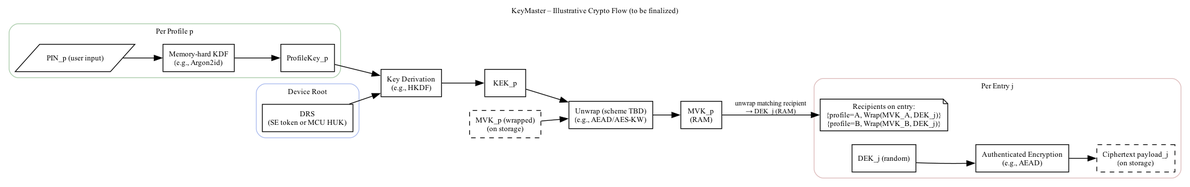
Before: docs/diagrams/crypto-flow.png, a diagram exported from Graphviz (joshualibrarian/keymaster). Its source is kept beside it as docs/diagrams/crypto-flow.dot.
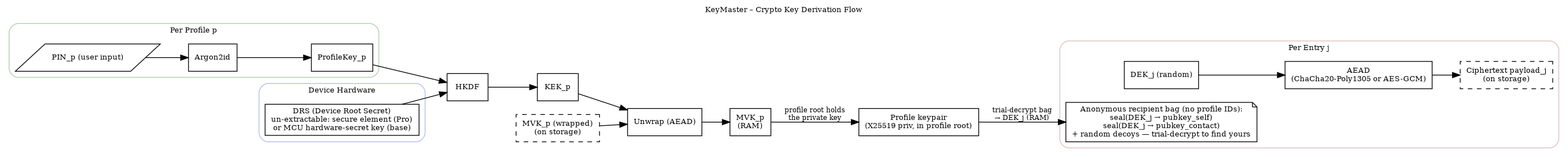
The same file after the commit.

What changed in the source:
```diff
@@ -14,7 +14,7 @@
 
   subgraph cluster_drs {
     label="Device Hardware"; style=rounded; color="#aabbee";
-    DRS [label="DRS\n(MCU unique + mfg salt)\n(no SE in v1)"];
+    DRS [label="DRS (Device Root Secret)\nun-extractable: secure element (Pro)\nor MCU hardware-secret key (base)"];
   }
 
   HKDF [label="HKDF"];
@@ -34,13 +34,15 @@
   subgraph cluster_entry {
     label="Per Entry j"; style=rounded; color="#ddbbbb";
     DEK [label="DEK_j (random)"];
-    AEAD [label="AEAD\n(XChaCha20-Poly1305 or AES-GCM)"];
+    AEAD [label="AEAD\n(ChaCha20-Poly1305 or AES-GCM)"];
     Payload [label="Ciphertext payload_j\n(on storage)", style=dashed];
 
     DEK -> AEAD -> Payload;
 
-    Recipients [label="Recipients on entry:\n{profile=A, Wrap(MVK_A, DEK_j)}\n{profile=B, Wrap(MVK_B, DEK_j)}", shape=note];
+    Recipients [label="Anonymous recipient bag (no profile IDs):\nseal(DEK_j → pubkey_self)\nseal(DEK_j → pubkey_contact)\n+ random decoys — trial-decrypt to find yours", shape=note];
   }
 
-  MVK -> Recipients [label="unwrap matching recipient\n→ DEK_j (RAM)"];
+  ProfKey [label="Profile keypair\n(X25519 priv, in profile root)", shape=box];
+  MVK -> ProfKey [label="profile root holds\nthe private key"];
+  ProfKey -> Recipients [label="trial-decrypt bag\n→ DEK_j (RAM)"];
 }
```
